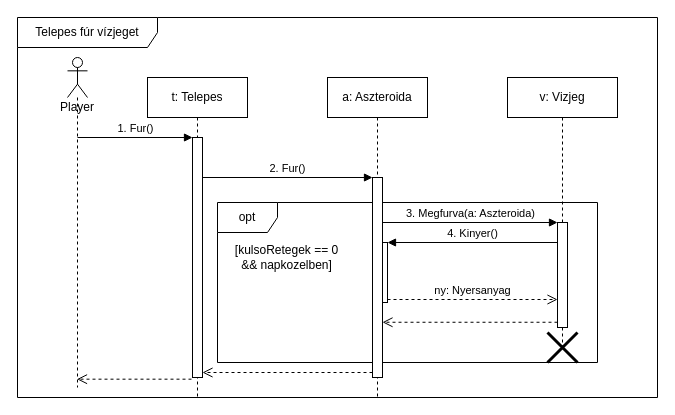
This is page "vizjeg" (2 of 5) of doc/szekvencia/szek_RobotFur.drawio from torpeBoiGo/aszteroidabanyaszat, a draw.io file, before an edit. Source tidied: cells renumbered, new cells numbered last; positions are measured from the earlier drawing's top-left corner, leaving out a move shared by most shapes. Both pictures are drawn from the tidied source at 100%, with x=0, y=0 at pixel (17, 17).
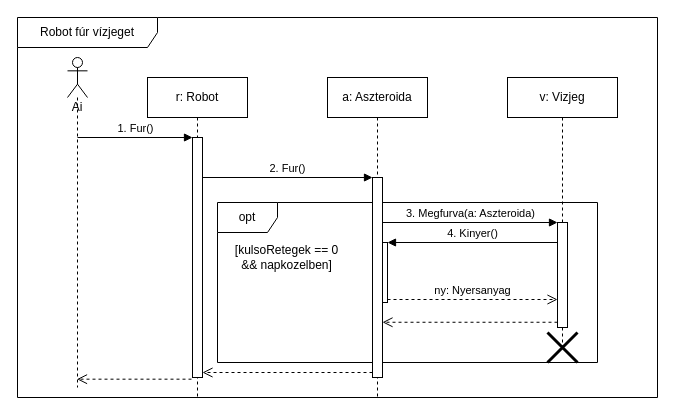
The same page after the edit.

Change to the diagram source:
```diff
@@
-    <mxCell id="2" value="Telepes fúr vízjeget" style="shape=umlFrame;whiteSpace=wrap;html=1;width=140;height=30;" parent="1" vertex="1">
+    <mxCell id="2" value="Robot fúr vízjeget" style="shape=umlFrame;whiteSpace=wrap;html=1;width=140;height=30;" parent="1" vertex="1">
       <mxGeometry width="640" height="380" as="geometry" />
     </mxCell>
@@
-    <mxCell id="7" value="t: Telepes" style="shape=umlLifeline;perimeter=lifelinePerimeter;whiteSpace=wrap;html=1;" parent="1" vertex="1">
+    <mxCell id="7" value="r: Robot" style="shape=umlLifeline;perimeter=lifelinePerimeter;whiteSpace=wrap;html=1;" parent="1" vertex="1">
       <mxGeometry x="130" y="60" width="100" height="320" as="geometry" />
     </mxCell>
@@
-    <mxCell id="19" value="Player" style="shape=umlLifeline;participant=umlActor;perimeter=lifelinePerimeter;whiteSpace=wrap;html=1;verticalAlign=top;spacingTop=36;outlineConnect=0;" parent="1" vertex="1">
+    <mxCell id="19" value="Ai" style="shape=umlLifeline;participant=umlActor;perimeter=lifelinePerimeter;whiteSpace=wrap;html=1;verticalAlign=top;spacingTop=36;outlineConnect=0;" parent="1" vertex="1">
       <mxGeometry x="50" y="40" width="20" height="330" as="geometry" />
     </mxCell>
```
